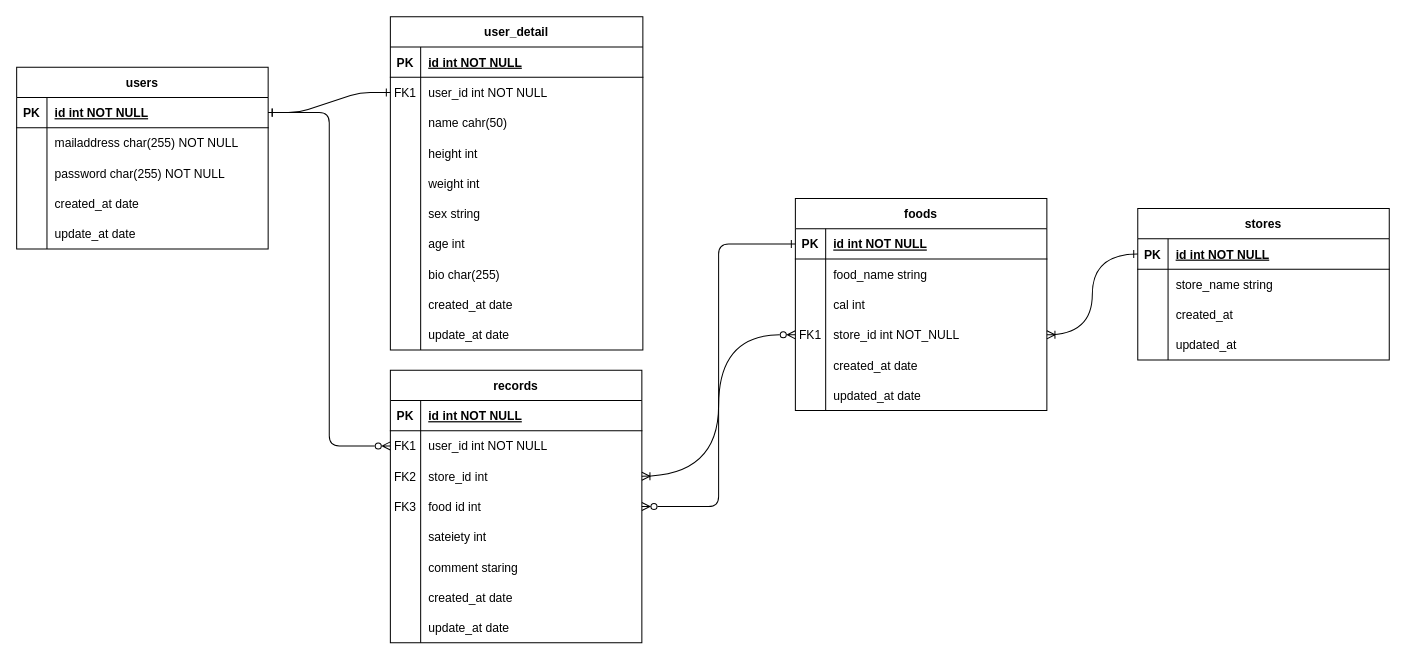
Before: Entity-Relationship-Diagram.drawio in kouki515/Sati8n-Backend, a draw.io diagram. Source tidied: cells renumbered, new cells numbered last; positions are measured from the earlier drawing's top-left corner, leaving out a move shared by most shapes. Both pictures are drawn from the tidied source at 101%, with x=0, y=0 at pixel (16, 16).
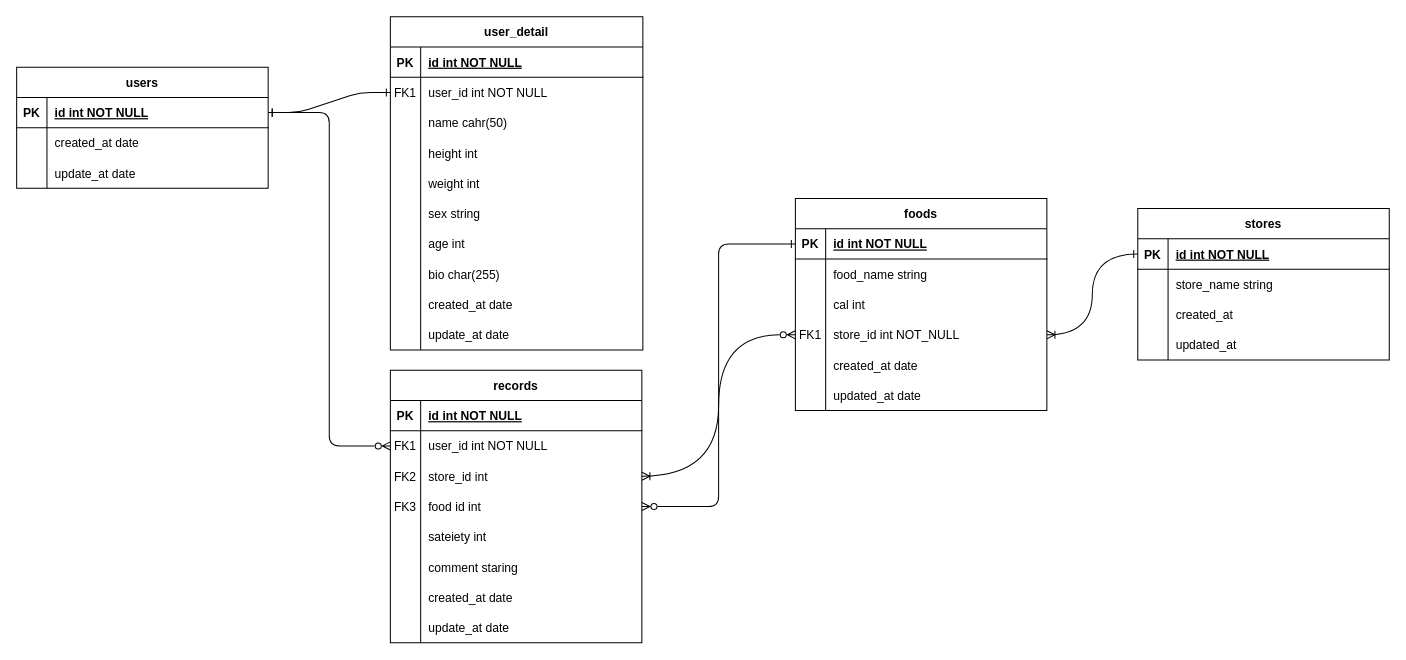
The same diagram, later.

Diff of the diagram source:
```diff
@@
     <mxCell id="34" value="users" style="shape=table;startSize=30;childLayout=tableLayout;rowLines=0;fontStyle=1;align=center;" parent="1" vertex="1">
-      <mxGeometry y="50" width="249" height="180" as="geometry" />
+      <mxGeometry y="50" width="249" height="120" as="geometry" />
     </mxCell>
@@
-    <mxCell id="38" style="shape=partialRectangle;fillColor=none;top=0;left=0;right=0;bottom=0;" parent="34" vertex="1">
-      <mxGeometry y="60" width="249" height="30" as="geometry" />
-    </mxCell>
-    <mxCell id="39" style="shape=partialRectangle;overflow=hidden;fillColor=none;top=0;left=0;bottom=0;right=0;" parent="38" vertex="1">
-      <mxGeometry width="30" height="30" as="geometry" />
-    </mxCell>
-    <mxCell id="40" value="mailaddress char(255) NOT NULL" style="shape=partialRectangle;overflow=hidden;fillColor=none;top=0;left=0;bottom=0;right=0;align=left;spacingLeft=6;" parent="38" vertex="1">
-      <mxGeometry x="30" width="219" height="30" as="geometry" />
-    </mxCell>
-    <mxCell id="41" style="shape=partialRectangle;fillColor=none;top=0;left=0;right=0;bottom=0;" parent="34" vertex="1">
-      <mxGeometry y="90" width="249" height="30" as="geometry" />
-    </mxCell>
-    <mxCell id="42" style="shape=partialRectangle;overflow=hidden;fillColor=none;top=0;left=0;bottom=0;right=0;" parent="41" vertex="1">
-      <mxGeometry width="30" height="30" as="geometry" />
-    </mxCell>
-    <mxCell id="43" value="password char(255) NOT NULL" style="shape=partialRectangle;overflow=hidden;fillColor=none;top=0;left=0;bottom=0;right=0;align=left;spacingLeft=6;" parent="41" vertex="1">
-      <mxGeometry x="30" width="219" height="30" as="geometry" />
-    </mxCell>
     <mxCell id="44" style="shape=partialRectangle;fillColor=none;top=0;left=0;right=0;bottom=0;" parent="34" vertex="1">
-      <mxGeometry y="120" width="249" height="30" as="geometry" />
+      <mxGeometry y="60" width="249" height="30" as="geometry" />
     </mxCell>
@@
     <mxCell id="47" style="shape=partialRectangle;fillColor=none;top=0;left=0;right=0;bottom=0;" parent="34" vertex="1">
-      <mxGeometry y="150" width="249" height="30" as="geometry" />
+      <mxGeometry y="90" width="249" height="30" as="geometry" />
     </mxCell>
```
